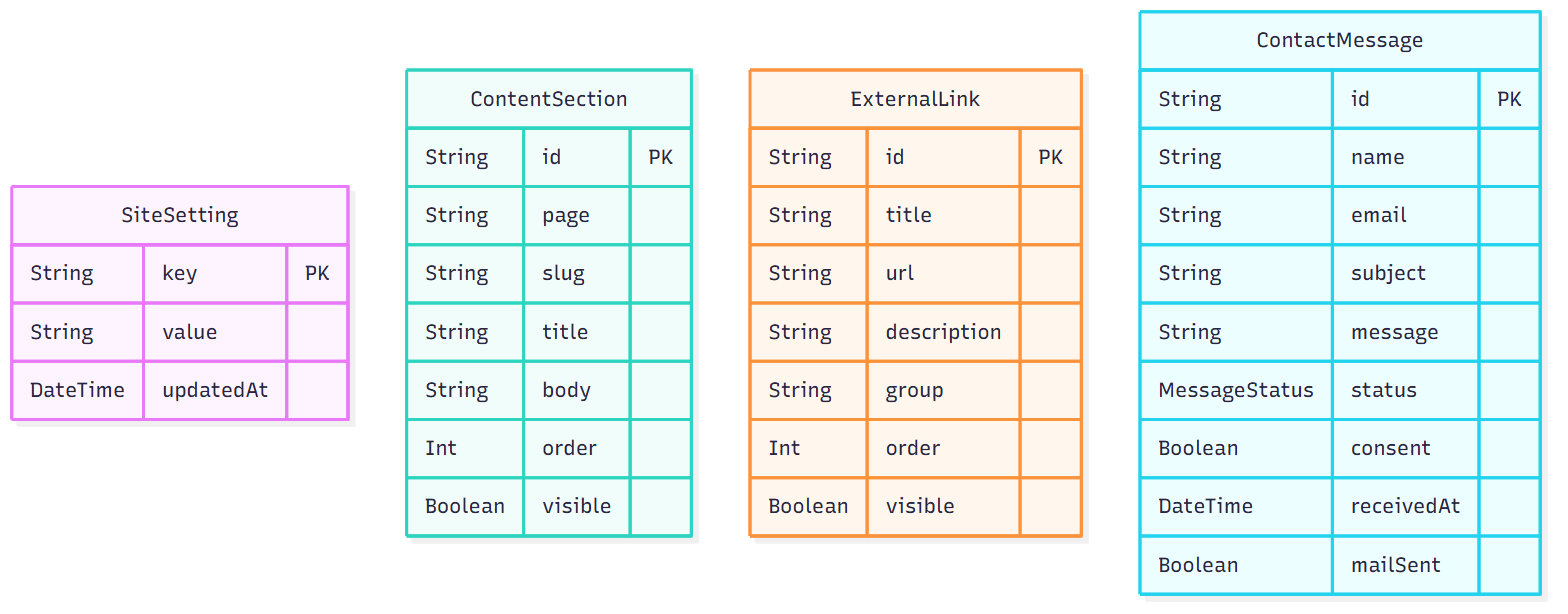
Earlier version of the Mermaid export docs/entrega/diagramas/der-sitio.png (IFTS29-TalentoTech/ifts2-plataforma). Its source is kept beside it as docs/entrega/diagramas/der-sitio.mmd. Its diagram source:
```mermaid
erDiagram
  SiteSetting {
    String key PK
    String value
    DateTime updatedAt
  }
  ContentSection {
    String id PK
    String page
    String slug
    String title
    String body
    Int order
    Boolean visible
  }
  ExternalLink {
    String id PK
    String title
    String url
    String description
    String group
    Int order
    Boolean visible
    Boolean enrollment
  }
  ContactMessage {
    String id PK
    String name
    String email
    String subject
    String message
    MessageStatus status
    Boolean consent
    DateTime receivedAt
    Boolean mailSent
  }
```
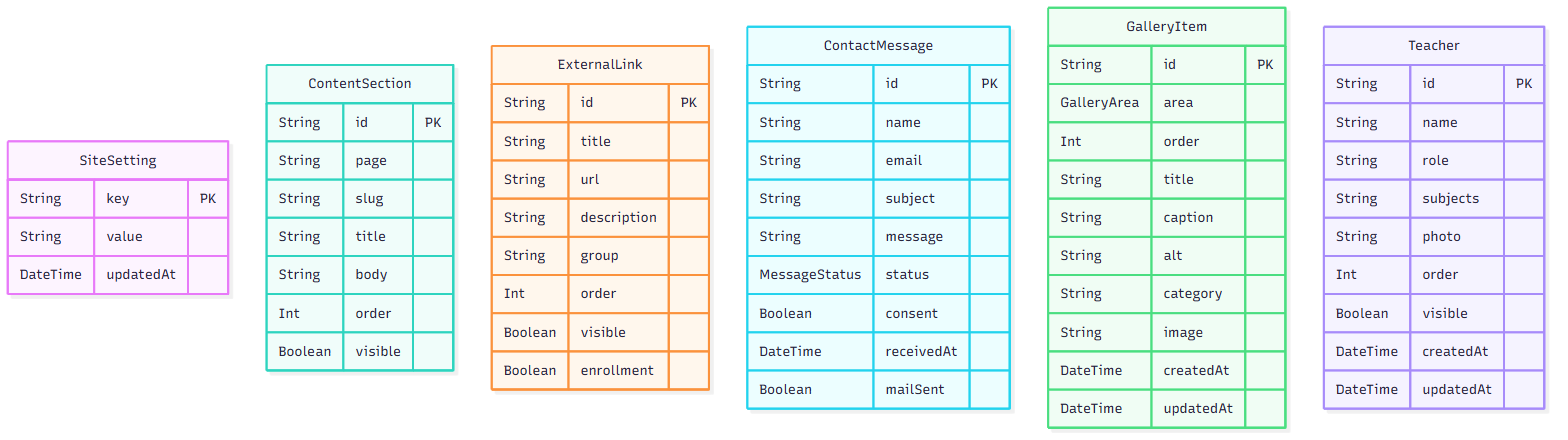
After the commit.

Diff of the diagram source:
```diff
@@ -34,3 +34,26 @@
     DateTime receivedAt
     Boolean mailSent
   }
+  GalleryItem {
+    String id PK
+    GalleryArea area
+    Int order
+    String title
+    String caption
+    String alt
+    String category
+    String image
+    DateTime createdAt
+    DateTime updatedAt
+  }
+  Teacher {
+    String id PK
+    String name
+    String role
+    String subjects
+    String photo
+    Int order
+    Boolean visible
+    DateTime createdAt
+    DateTime updatedAt
+  }
```
